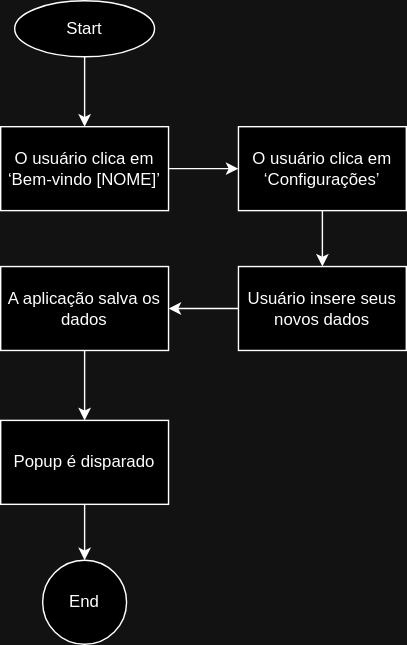
Above: docs/img/CT03.svg in ICEI-PUC-Minas-PMV-SI/pmv-si-2023-2-pe1-t2-senectus (draw.io), before the change. Source tidied: cells renumbered, new cells last; positions are measured from the earlier drawing's top-left corner, leaving out a move shared by most shapes.
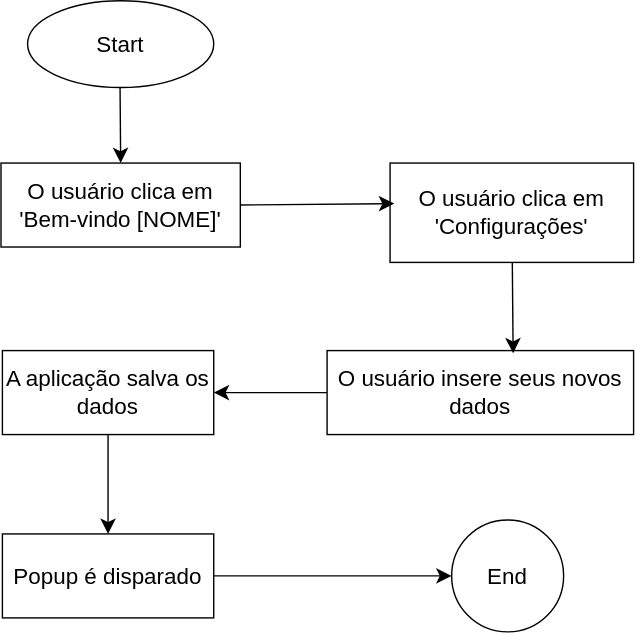
After the change.

Diff of the diagram source:
```diff
@@ -2,44 +2,44 @@
   <root>
     <mxCell id="0" />
     <mxCell id="1" parent="0" />
-    <mxCell id="2" style="edgeStyle=orthogonalEdgeStyle;rounded=0;jettySize=auto;html=1;exitX=0.5;exitY=1;exitDx=0;exitDy=0;entryX=0.5;entryY=0;entryDx=0;entryDy=0;" parent="1" edge="1" source="3" target="9">
-      <mxGeometry relative="1" as="geometry" />
-    </mxCell>
+    <mxCell id="15" style="edgeStyle=none;curved=1;rounded=0;jettySize=auto;html=1;fontSize=12;startSize=8;endSize=8;" parent="1" edge="1" source="3" target="16">
+      <mxGeometry relative="1" as="geometry" />
+    </mxCell>
-    <mxCell id="3" value="Start" style="ellipse;whiteSpace=wrap;html=1;" parent="1" vertex="1">
-      <mxGeometry x="10" width="100" height="40" as="geometry" />
+    <mxCell id="3" value="Start" style="ellipse;whiteSpace=wrap;html=1;fontSize=16;" parent="1" vertex="1">
+      <mxGeometry x="-276" y="-139" width="133" height="62" as="geometry" />
     </mxCell>
-    <mxCell id="4" style="edgeStyle=orthogonalEdgeStyle;rounded=0;jettySize=auto;html=1;exitX=0;exitY=0.5;exitDx=0;exitDy=0;entryX=1;entryY=0.5;entryDx=0;entryDy=0;" parent="1" edge="1" source="5" target="11">
-      <mxGeometry relative="1" as="geometry" />
-    </mxCell>
-    <mxCell id="5" value="Usuário insere seus novos dados" style="rounded=0;whiteSpace=wrap;html=1;" parent="1" vertex="1">
-      <mxGeometry x="170" y="190" width="120" height="60" as="geometry" />
-    </mxCell>
-    <mxCell id="6" style="edgeStyle=orthogonalEdgeStyle;rounded=0;jettySize=auto;html=1;exitX=0.5;exitY=1;exitDx=0;exitDy=0;entryX=0.5;entryY=0;entryDx=0;entryDy=0;" parent="1" edge="1" source="7" target="5">
-      <mxGeometry relative="1" as="geometry" />
-    </mxCell>
-    <mxCell id="7" value="O usuário clica em ‘Configurações’" style="rounded=0;whiteSpace=wrap;html=1;" parent="1" vertex="1">
-      <mxGeometry x="170" y="90" width="120" height="60" as="geometry" />
-    </mxCell>
-    <mxCell id="8" style="edgeStyle=orthogonalEdgeStyle;rounded=0;jettySize=auto;html=1;exitX=1;exitY=0.5;exitDx=0;exitDy=0;entryX=0;entryY=0.5;entryDx=0;entryDy=0;" parent="1" edge="1" source="9" target="7">
-      <mxGeometry relative="1" as="geometry" />
-    </mxCell>
-    <mxCell id="9" value="O usuário clica em ‘Bem-vindo [NOME]’" style="rounded=0;whiteSpace=wrap;html=1;" parent="1" vertex="1">
-      <mxGeometry y="90" width="120" height="60" as="geometry" />
-    </mxCell>
-    <mxCell id="10" style="edgeStyle=orthogonalEdgeStyle;rounded=0;jettySize=auto;html=1;exitX=0.5;exitY=1;exitDx=0;exitDy=0;entryX=0.5;entryY=0;entryDx=0;entryDy=0;" parent="1" edge="1" source="11" target="14">
-      <mxGeometry relative="1" as="geometry" />
-    </mxCell>
-    <mxCell id="11" value="A aplicaçãosalva os dados" style="rounded=0;whiteSpace=wrap;html=1;" parent="1" vertex="1">
-      <mxGeometry y="190" width="120" height="60" as="geometry" />
-    </mxCell>
+    <mxCell id="16" value="O usuário clica em 'Bem-vindo [NOME]'" style="rounded=0;whiteSpace=wrap;html=1;fontSize=16;" parent="1" vertex="1">
+      <mxGeometry x="-295" y="-23" width="171" height="60" as="geometry" />
+    </mxCell>
+    <mxCell id="17" value="O usuário clica em 'Configurações'" style="rounded=0;whiteSpace=wrap;html=1;fontSize=16;" parent="1" vertex="1">
+      <mxGeometry x="-17" y="-23" width="174" height="71" as="geometry" />
+    </mxCell>
+    <mxCell id="18" style="edgeStyle=none;curved=1;rounded=0;jettySize=auto;html=1;entryX=1;entryY=0.5;entryDx=0;entryDy=0;fontSize=12;startSize=8;endSize=8;" parent="1" edge="1" source="19" target="21">
+      <mxGeometry relative="1" as="geometry" />
+    </mxCell>
+    <mxCell id="19" value="O usuário insere seus novos dados" style="rounded=0;whiteSpace=wrap;html=1;fontSize=16;" parent="1" vertex="1">
+      <mxGeometry x="-62" y="111" width="219" height="60" as="geometry" />
+    </mxCell>
+    <mxCell id="20" style="edgeStyle=none;curved=1;rounded=0;jettySize=auto;html=1;fontSize=12;startSize=8;endSize=8;" parent="1" edge="1" source="21" target="14">
+      <mxGeometry relative="1" as="geometry" />
+    </mxCell>
+    <mxCell id="21" value="A aplicação salva os dados" style="rounded=0;whiteSpace=wrap;html=1;fontSize=16;" parent="1" vertex="1">
+      <mxGeometry x="-294" y="111" width="151" height="60" as="geometry" />
+    </mxCell>
+    <mxCell id="22" style="edgeStyle=none;curved=1;rounded=0;jettySize=auto;html=1;exitX=1;exitY=0.5;exitDx=0;exitDy=0;entryX=0.017;entryY=0.408;entryDx=0;entryDy=0;entryPerimeter=0;fontSize=12;startSize=8;endSize=8;" parent="1" edge="1" source="16" target="17">
+      <mxGeometry relative="1" as="geometry" />
+    </mxCell>
+    <mxCell id="23" style="edgeStyle=none;curved=1;rounded=0;jettySize=auto;html=1;entryX=0.607;entryY=0.033;entryDx=0;entryDy=0;entryPerimeter=0;fontSize=12;startSize=8;endSize=8;" parent="1" edge="1" source="17" target="19">
+      <mxGeometry relative="1" as="geometry" />
+    </mxCell>
-    <mxCell id="12" value="End" style="ellipse;whiteSpace=wrap;html=1;" parent="1" vertex="1">
-      <mxGeometry x="30" y="400" width="60" height="60" as="geometry" />
+    <mxCell id="12" value="End" style="ellipse;whiteSpace=wrap;html=1;fontSize=16;" parent="1" vertex="1">
+      <mxGeometry x="27" y="232" width="80" height="80" as="geometry" />
     </mxCell>
-    <mxCell id="13" style="edgeStyle=orthogonalEdgeStyle;rounded=0;jettySize=auto;html=1;exitX=0.5;exitY=1;exitDx=0;exitDy=0;entryX=0.5;entryY=0;entryDx=0;entryDy=0;" parent="1" edge="1" source="14" target="12">
+    <mxCell id="13" style="edgeStyle=none;curved=1;rounded=0;jettySize=auto;html=1;exitX=1;exitY=0.5;exitDx=0;exitDy=0;entryX=0;entryY=0.5;entryDx=0;entryDy=0;fontSize=12;startSize=8;endSize=8;" parent="1" edge="1" source="14" target="12">
       <mxGeometry relative="1" as="geometry" />
     </mxCell>
-    <mxCell id="14" value="Popup é disparado" style="rounded=0;whiteSpace=wrap;html=1;" parent="1" vertex="1">
-      <mxGeometry y="300" width="120" height="60" as="geometry" />
+    <mxCell id="14" value="Popup é disparado" style="rounded=0;whiteSpace=wrap;html=1;fontSize=16;" parent="1" vertex="1">
+      <mxGeometry x="-294" y="242" width="151" height="60" as="geometry" />
     </mxCell>
   </root>
 </mxGraphModel>
```
